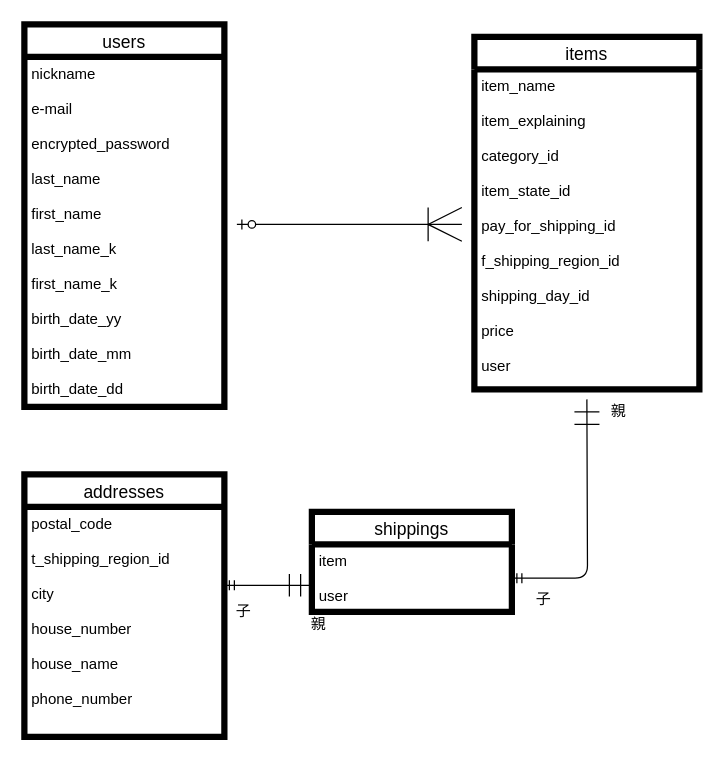
Before: ER.dio in HEROHEROPA/furima-37895, a draw.io diagram. Source tidied: cells renumbered, new cells numbered last; positions are measured from the earlier drawing's top-left corner, leaving out a move shared by most shapes. Both pictures are drawn from the tidied source at 125%, with x=0, y=0 at pixel (24, 24).
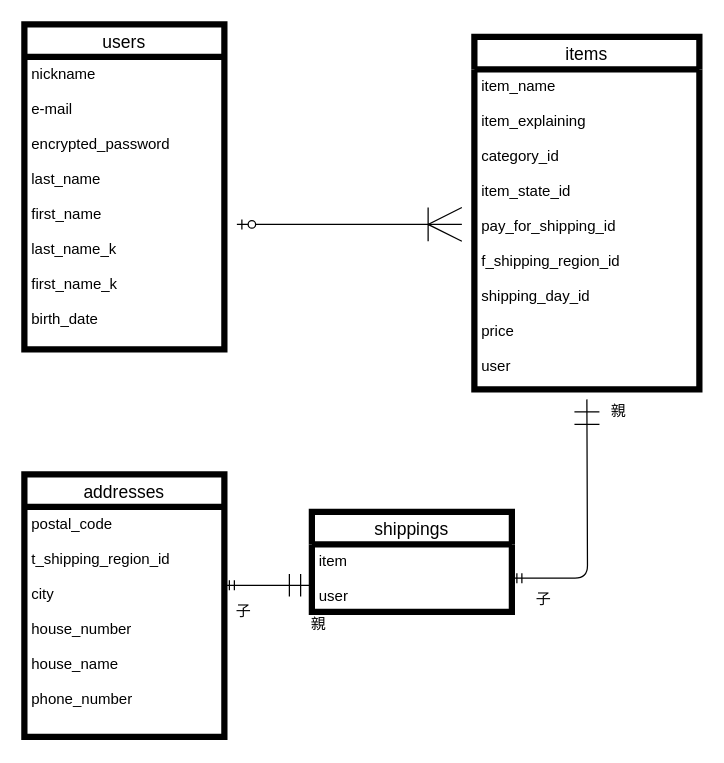
The same page after the edit.

Commit message (it also covers changes not shown here):
ER図・README.md追加修正

Change to the diagram source:
```diff
@@
     <mxCell id="2" value="users" style="swimlane;fontStyle=0;horizontal=1;startSize=26;align=center;fontSize=14;strokeWidth=5;fillColor=default;" parent="1" vertex="1">
-      <mxGeometry width="160" height="306" as="geometry" />
+      <mxGeometry width="160" height="260" as="geometry" />
     </mxCell>
-    <mxCell id="3" value="nickname&#10;&#10;e-mail&#10;&#10;encrypted_password&#10;&#10;last_name&#10;&#10;first_name&#10;&#10;last_name_k&#10;&#10;first_name_k&#10;&#10;birth_date_yy&#10;&#10;birth_date_mm &#10;&#10;birth_date_dd&#10;&#10;" style="text;strokeColor=none;fillColor=none;spacingLeft=4;spacingRight=4;overflow=hidden;fontSize=12;" parent="2" vertex="1">
-      <mxGeometry y="26" width="160" height="280" as="geometry" />
+    <mxCell id="3" value="nickname&#10;&#10;e-mail&#10;&#10;encrypted_password&#10;&#10;last_name&#10;&#10;first_name&#10;&#10;last_name_k&#10;&#10;first_name_k&#10;&#10;birth_date&#10;" style="text;strokeColor=none;fillColor=none;spacingLeft=4;spacingRight=4;overflow=hidden;fontSize=12;" parent="2" vertex="1">
+      <mxGeometry y="26" width="160" height="234" as="geometry" />
     </mxCell>
```
